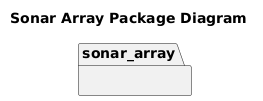
This is doc/output/SonarArrayPackageDiagram.png from fastrobotics/sonar_array, a PlantUML export, as it was before one commit.
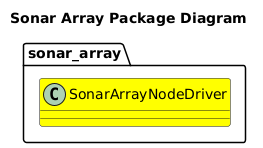
Later version of the same file.

What changed in the source:
```diff
@@ -2,7 +2,7 @@
 title Sonar Array Package Diagram
 
 package sonar_array {
-
+    class SonarArrayNodeDriver #Yellow
 }
 
 @enduml
```
